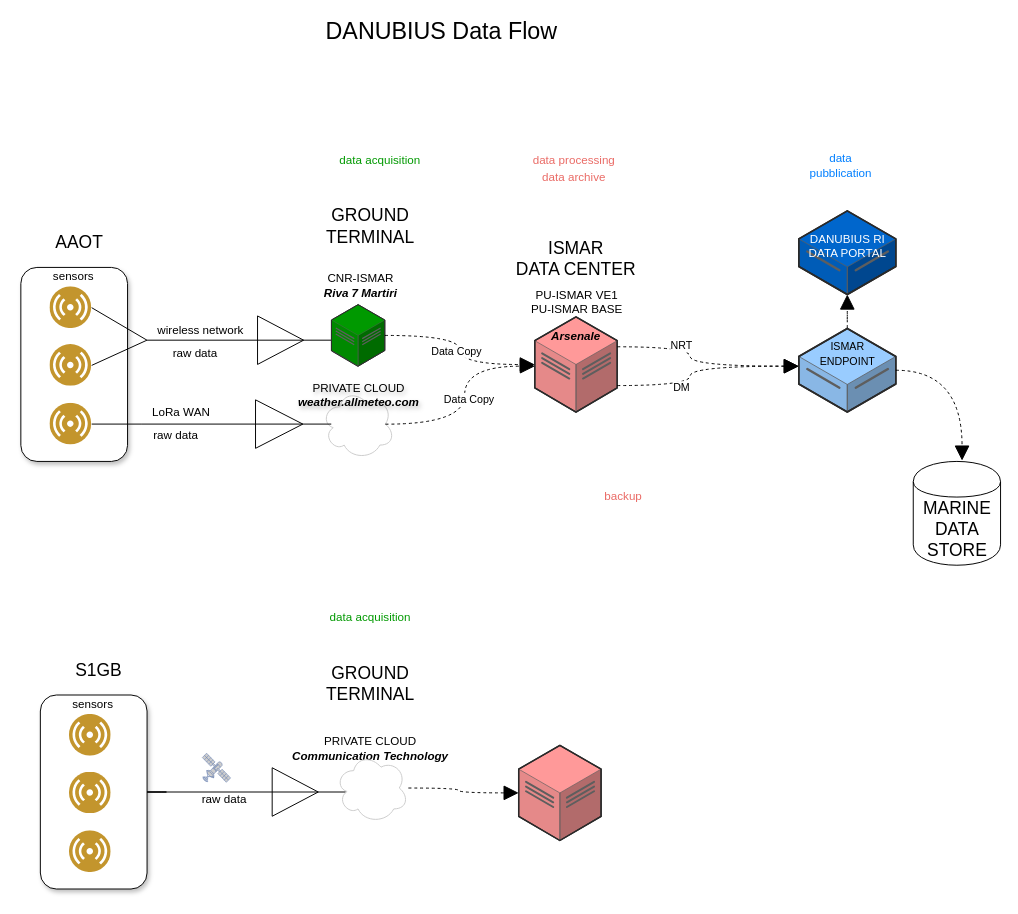
Above: page "Page-1" (1 of 2) of DANUBIUS_2_data_flow chart.drawio in amefad/diagramsnet (draw.io), before the change. Source tidied: cells renumbered, new cells numbered last; positions are measured from the earlier drawing's top-left corner, leaving out a move shared by most shapes. Both pictures are drawn from the tidied source at 97%, with x=0, y=0 at pixel (20, 16).
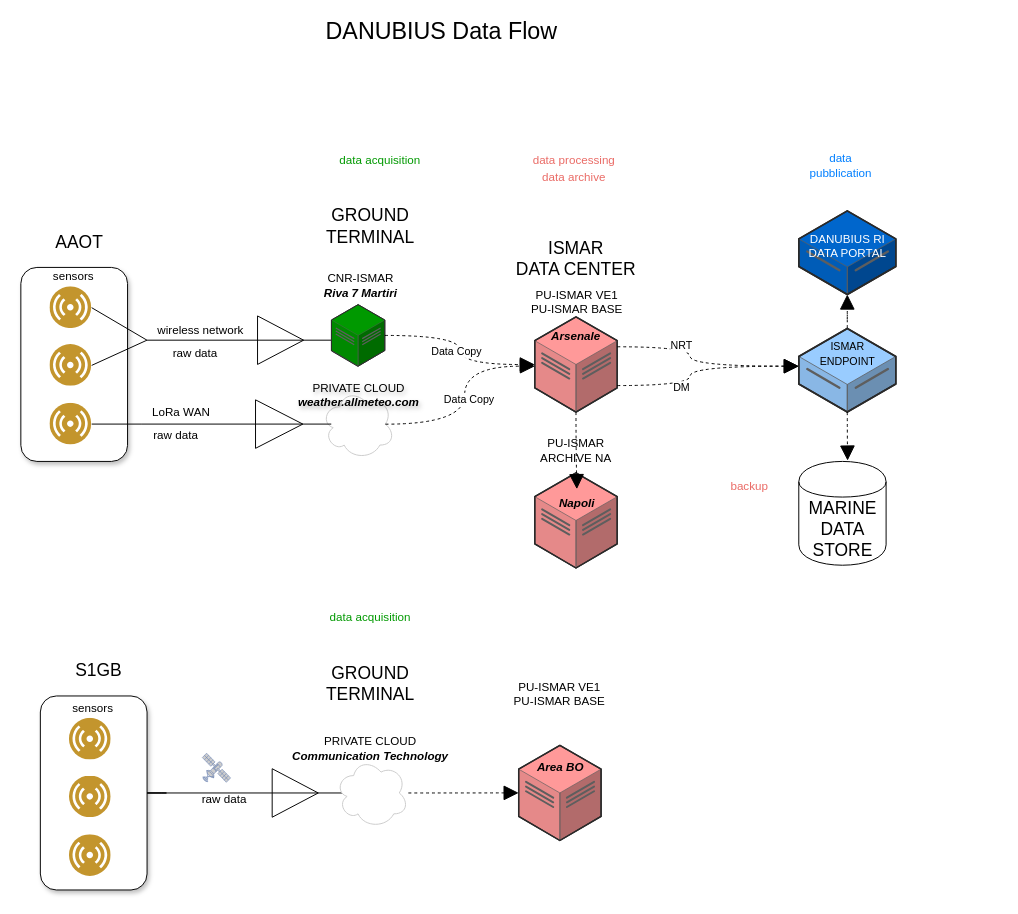
The same page after the edit.

The change refers to these unchanged cells:
```xml
<mxCell id="18" style="verticalLabelPosition=bottom;html=1;verticalAlign=top;strokeWidth=1;align=center;outlineConnect=0;dashed=0;outlineConnect=0;shape=mxgraph.aws3d.dataCenter;strokeColor=#5E5E5E;fillColor=#FF9999;" parent="1" vertex="1">
  <mxGeometry x="529.8" y="309.2" width="85" height="98.1" as="geometry" />
</mxCell>
<mxCell id="51" style="verticalLabelPosition=bottom;html=1;verticalAlign=top;strokeWidth=1;align=center;outlineConnect=0;dashed=0;outlineConnect=0;shape=mxgraph.aws3d.dataServer;strokeColor=#5E5E5E;fillColor=#99CCFF;noLabel=0;" parent="50" vertex="1">
  <mxGeometry y="-113.1" width="100" height="86.2" as="geometry" />
</mxCell>
```

What changed in the source:
```diff
@@
+    <mxCell id="67" style="verticalLabelPosition=bottom;html=1;verticalAlign=top;strokeWidth=1;align=center;dashed=0;shape=mxgraph.aws3d.dataCenter;strokeColor=#5E5E5E;fillColor=#FF9999;" parent="1" vertex="1">
+      <mxGeometry x="529.8" y="470" width="85" height="98.1" as="geometry" />
+    </mxCell>
@@
-    <mxCell id="12" value="&lt;div&gt;&lt;font style=&quot;font-size: 18px;&quot;&gt;&lt;span style=&quot;background-color: initial;&quot;&gt;AAOT&lt;/span&gt;&lt;/font&gt;&lt;/div&gt;" style="text;html=1;align=center;verticalAlign=middle;strokeColor=none;fillColor=none;fontStyle=0;" parent="1" vertex="1">
+    <mxCell id="12" value="&lt;div&gt;&lt;font style=&quot;font-size: 18px;&quot;&gt;&lt;span style=&quot;background-color: initial;&quot;&gt;AAOT&lt;br&gt;&lt;/span&gt;&lt;/font&gt;&lt;/div&gt;" style="text;html=1;align=center;verticalAlign=middle;strokeColor=none;fillColor=none;fontStyle=0;" parent="1" vertex="1">
       <mxGeometry x="25" y="213.2" width="70" height="40" as="geometry" />
     </mxCell>
@@
+    <mxCell id="68" style="edgeStyle=orthogonalEdgeStyle;rounded=0;jettySize=auto;html=1;dashed=1;strokeColor=default;align=center;verticalAlign=middle;fontFamily=Helvetica;fontSize=11;fontColor=default;labelBackgroundColor=default;endArrow=block;endFill=1;endSize=13;curved=1;" parent="1" edge="1" source="18" target="71">
+      <mxGeometry relative="1" as="geometry" />
+    </mxCell>
@@
     <mxCell id="28" style="rounded=1;whiteSpace=wrap;html=1;fillColor=default;shadow=1;" parent="1" vertex="1">
-      <mxGeometry x="20.1" y="699" width="110" height="200" as="geometry" />
+      <mxGeometry x="20.1" y="700" width="110" height="200" as="geometry" />
     </mxCell>
     <mxCell id="29" style="image;perimeter=ellipsePerimeter;html=1;align=center;shadow=0;dashed=0;fontColor=#4277BB;labelBackgroundColor=default;fontSize=12;spacingTop=3;image=img/lib/ibm/users/sensor.svg;fillColor=#426EFF;strokeColor=#3333FF;" parent="1" vertex="1">
-      <mxGeometry x="50.1" y="719" width="43" height="43" as="geometry" />
+      <mxGeometry x="50.1" y="723" width="43" height="43" as="geometry" />
     </mxCell>
     <mxCell id="30" value="sensors" style="text;html=1;align=center;verticalAlign=middle;strokeColor=none;fillColor=none;" parent="1" vertex="1">
-      <mxGeometry x="38.6" y="694" width="70" height="30" as="geometry" />
+      <mxGeometry x="38.6" y="698" width="70" height="30" as="geometry" />
     </mxCell>
     <mxCell id="31" style="image;perimeter=ellipsePerimeter;html=1;align=center;shadow=0;dashed=0;fontColor=#4277BB;labelBackgroundColor=default;fontSize=12;spacingTop=3;image=img/lib/ibm/users/sensor.svg;fillColor=#A680B8;" parent="1" vertex="1">
-      <mxGeometry x="50.1" y="778.5" width="43" height="43" as="geometry" />
+      <mxGeometry x="50.1" y="782.5" width="43" height="43" as="geometry" />
     </mxCell>
     <mxCell id="32" style="image;perimeter=ellipsePerimeter;html=1;align=center;shadow=0;dashed=0;fontColor=#4277BB;labelBackgroundColor=default;fontSize=12;spacingTop=3;image=img/lib/ibm/users/sensor.svg;fillColor=#A680B8;" parent="1" vertex="1">
-      <mxGeometry x="50.1" y="839" width="43" height="43" as="geometry" />
+      <mxGeometry x="50.1" y="843" width="43" height="43" as="geometry" />
     </mxCell>
@@
     <mxCell id="34" style="verticalLabelPosition=bottom;shadow=0;dashed=0;align=center;html=1;verticalAlign=top;shape=mxgraph.electrical.miscellaneous.cable_termination;" parent="1" vertex="1">
-      <mxGeometry x="145.1" y="774" width="190" height="50" as="geometry" />
+      <mxGeometry x="145.1" y="775" width="190" height="50" as="geometry" />
     </mxCell>
@@
-    <mxCell id="42" style="group;" parent="1" vertex="1">
-      <mxGeometry x="920" y="458.2" width="90" height="111.1" as="geometry" />
-    </mxCell>
-    <mxCell id="43" style="shape=cylinder;whiteSpace=wrap;html=1;boundedLbl=1;backgroundOutline=1;" parent="42" vertex="1">
-      <mxGeometry width="90" height="107" as="geometry" />
-    </mxCell>
-    <mxCell id="44" value="&lt;div&gt;&lt;font style=&quot;font-size: 18px;&quot;&gt;MARINE&lt;/font&gt;&lt;/div&gt;&lt;div&gt;&lt;font style=&quot;font-size: 18px;&quot;&gt;DATA&lt;/font&gt;&lt;/div&gt;&lt;div&gt;&lt;font style=&quot;font-size: 18px;&quot;&gt;STORE&lt;/font&gt;&lt;/div&gt;" style="text;html=1;align=center;verticalAlign=middle;strokeColor=none;fillColor=none;" parent="42" vertex="1">
-      <mxGeometry y="31.1" width="90" height="80" as="geometry" />
-    </mxCell>
@@
     <mxCell id="50" style="group;" parent="1" vertex="1">
-      <mxGeometry x="802" y="434.2" width="100" height="86.2" as="geometry" />
+      <mxGeometry x="802" y="434.2" width="100" height="135.1" as="geometry" />
     </mxCell>
@@
+    <mxCell id="42" style="group;" parent="50" vertex="1">
+      <mxGeometry y="24" width="90" height="111.1" as="geometry" />
+    </mxCell>
+    <mxCell id="43" style="shape=cylinder;whiteSpace=wrap;html=1;boundedLbl=1;backgroundOutline=1;" parent="42" vertex="1">
+      <mxGeometry width="90" height="107" as="geometry" />
+    </mxCell>
+    <mxCell id="44" value="&lt;div&gt;&lt;font style=&quot;font-size: 18px;&quot;&gt;MARINE&lt;/font&gt;&lt;/div&gt;&lt;div&gt;&lt;font style=&quot;font-size: 18px;&quot;&gt;DATA&lt;/font&gt;&lt;/div&gt;&lt;div&gt;&lt;font style=&quot;font-size: 18px;&quot;&gt;STORE&lt;/font&gt;&lt;/div&gt;" style="text;html=1;align=center;verticalAlign=middle;strokeColor=none;fillColor=none;" parent="42" vertex="1">
+      <mxGeometry y="31.1" width="90" height="80" as="geometry" />
+    </mxCell>
-    <mxCell id="53" style="edgeStyle=orthogonalEdgeStyle;rounded=0;jettySize=auto;html=1;dashed=1;strokeColor=default;align=center;verticalAlign=middle;fontFamily=Helvetica;fontSize=11;fontColor=default;labelBackgroundColor=default;endArrow=block;endFill=1;endSize=13;curved=1;entryX=0.559;entryY=-0.008;entryDx=0;entryDy=0;entryPerimeter=0;" parent="1" edge="1" source="51" target="43">
+    <mxCell id="53" style="edgeStyle=orthogonalEdgeStyle;rounded=0;jettySize=auto;html=1;dashed=1;strokeColor=default;align=center;verticalAlign=middle;fontFamily=Helvetica;fontSize=11;fontColor=default;labelBackgroundColor=default;endArrow=block;endFill=1;endSize=13;curved=1;entryX=0.559;entryY=-0.008;entryDx=0;entryDy=0;entryPerimeter=0;" parent="50" edge="1" source="51" target="43">
       <mxGeometry relative="1" as="geometry" />
     </mxCell>
@@
     <mxCell id="59" value="&lt;span style=&quot;background-color: initial;&quot;&gt;&lt;font color=&quot;#ea6b66&quot;&gt;backup&lt;/font&gt;&lt;/span&gt;" style="text;whiteSpace=wrap;html=1;" parent="1" vertex="1">
-      <mxGeometry x="600" y="480" width="70" height="40" as="geometry" />
+      <mxGeometry x="730" y="470" width="50" height="40" as="geometry" />
     </mxCell>
@@
     <mxCell id="62" style="ellipse;shape=cloud;whiteSpace=wrap;html=1;fontColor=#999999;labelBorderColor=#999999;strokeColor=#CCCCCC;strokeWidth=1;shadow=0;" parent="1" vertex="1">
-      <mxGeometry x="324.3" y="759" width="75.2" height="71.8" as="geometry" />
+      <mxGeometry x="324.3" y="764.1" width="75.2" height="71.8" as="geometry" />
     </mxCell>
@@
+    <mxCell id="69" value="&lt;i&gt;&lt;b&gt;Area BO&lt;br&gt;&lt;/b&gt;&lt;/i&gt;" style="text;html=1;align=center;verticalAlign=middle;strokeColor=none;fillColor=none;" parent="1" vertex="1">
+      <mxGeometry x="520.7" y="759" width="70" height="30" as="geometry" />
+    </mxCell>
+    <mxCell id="70" value="PU-ISMAR VE1&lt;br&gt;PU-ISMAR BASE" style="text;html=1;align=center;verticalAlign=middle;strokeColor=none;fillColor=none;" parent="1" vertex="1">
+      <mxGeometry x="494.8" y="678" width="120" height="40" as="geometry" />
+    </mxCell>
+    <mxCell id="71" value="&lt;i&gt;&lt;b&gt;Napoli&lt;/b&gt;&lt;/i&gt;" style="text;html=1;align=center;verticalAlign=middle;points=[];strokeColor=none;fillColor=none;" parent="1" vertex="1">
+      <mxGeometry x="543.2" y="486.8" width="60" height="30" as="geometry" />
+    </mxCell>
+    <mxCell id="72" value="&lt;div&gt;PU-ISMAR&lt;/div&gt;&lt;div&gt;ARCHIVE NA&lt;br&gt;&lt;/div&gt;" style="text;html=1;align=center;verticalAlign=middle;strokeColor=none;fillColor=none;" parent="1" vertex="1">
+      <mxGeometry x="522.3" y="426.6" width="100" height="40" as="geometry" />
+    </mxCell>
```
